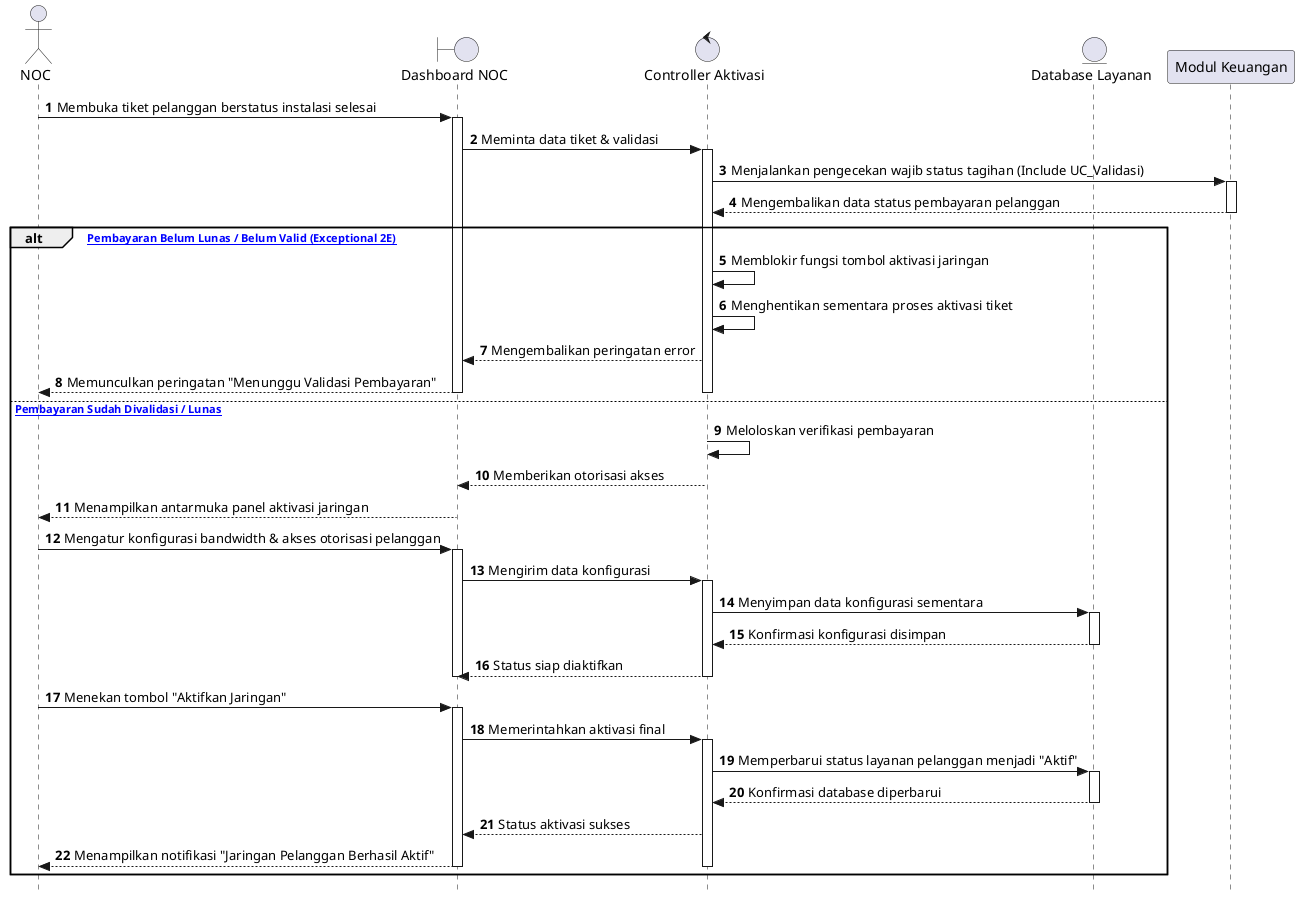
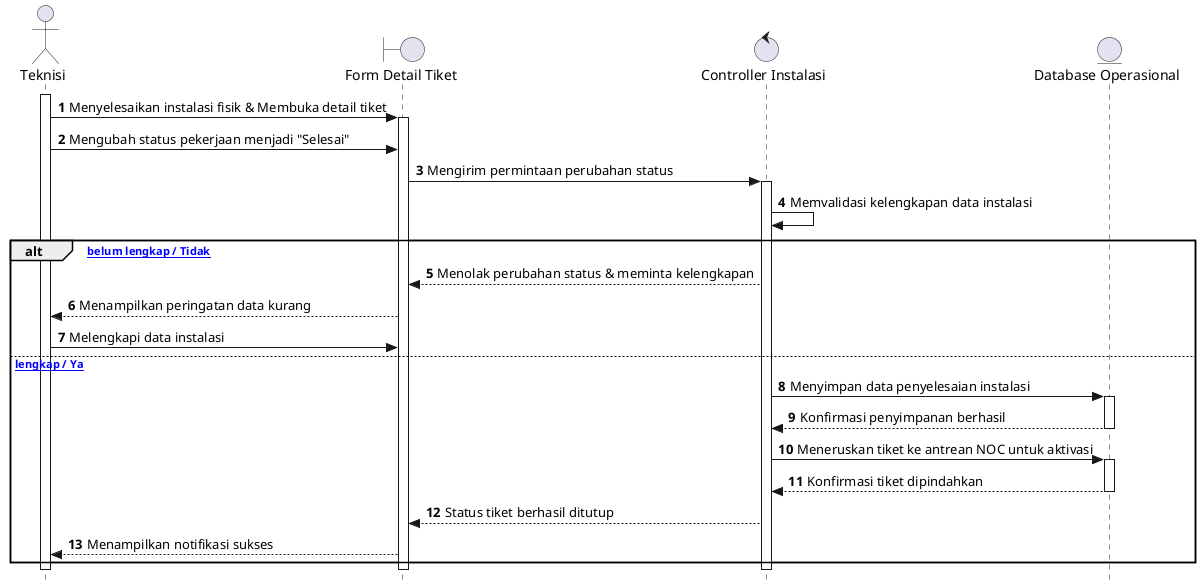
@startuml
autonumber
skinparam style strictuml

- actor NOC
- boundary "Dashboard NOC" as Form
- control "Controller Aktivasi" as Ctrl
- entity "Database Layanan" as DB
- participant "Modul Keuangan" as Keuangan
+ actor Teknisi
+ boundary "Form Detail Tiket" as Form
+ control "Controller Instalasi" as Ctrl
+ entity "Database Operasional" as DB

- ' NOC tidak perlu di-activate secara manual agar garis hidupnya bersih
- NOC -> Form: Membuka tiket pelanggan berstatus instalasi selesai
+ activate Teknisi
+ Teknisi -> Form: Menyelesaikan instalasi fisik & Membuka detail tiket
activate Form
- Form -> Ctrl: Meminta data tiket & validasi
+ Teknisi -> Form: Mengubah status pekerjaan menjadi "Selesai"
+ Form -> Ctrl: Mengirim permintaan perubahan status
activate Ctrl

- Ctrl -> Keuangan: Menjalankan pengecekan wajib status tagihan (Include UC_Validasi)
- activate Keuangan
- Keuangan --> Ctrl: Mengembalikan data status pembayaran pelanggan
- deactivate Keuangan
+ Ctrl -> Ctrl: Memvalidasi kelengkapan data instalasi

- alt [Status Pembayaran Belum Lunas / Belum Valid (Exceptional 2E)]
-     Ctrl -> Ctrl: Memblokir fungsi tombol aktivasi jaringan
-     Ctrl -> Ctrl: Menghentikan sementara proses aktivasi tiket
-     Ctrl --> Form: Mengembalikan peringatan error
-     Form --> NOC: Memunculkan peringatan "Menunggu Validasi Pembayaran"
-     deactivate Ctrl
-     deactivate Form
- else [Status Pembayaran Sudah Divalidasi / Lunas]
-     ' BARIS ACTIVATE DI SINI SUDAH DIHAPUS KARENA STATUSNYA MASIH AKTIF DARI ATAS
-     Ctrl -> Ctrl: Meloloskan verifikasi pembayaran
-     Ctrl --> Form: Memberikan otorisasi akses
-     Form --> NOC: Menampilkan antarmuka panel aktivasi jaringan
-     deactivate Form
-     deactivate Ctrl
+ alt [Data belum lengkap / Tidak]
+     Ctrl --> Form: Menolak perubahan status & meminta kelengkapan
+     Form --> Teknisi: Menampilkan peringatan data kurang
+     Teknisi -> Form: Melengkapi data instalasi
+ else [Data lengkap / Ya]
+     Ctrl -> DB: Menyimpan data penyelesaian instalasi
+     activate DB
+     DB --> Ctrl: Konfirmasi penyimpanan berhasil
+     deactivate DB

-     NOC -> Form: Mengatur konfigurasi bandwidth & akses otorisasi pelanggan
-     activate Form
-     Form -> Ctrl: Mengirim data konfigurasi
-     activate Ctrl
-     Ctrl -> DB: Menyimpan data konfigurasi sementara
+     Ctrl -> DB: Meneruskan tiket ke antrean NOC untuk aktivasi
    activate DB
-     DB --> Ctrl: Konfirmasi konfigurasi disimpan
+     DB --> Ctrl: Konfirmasi tiket dipindahkan
    deactivate DB
-     Ctrl --> Form: Status siap diaktifkan
-     deactivate Ctrl
-     deactivate Form

-     NOC -> Form: Menekan tombol "Aktifkan Jaringan"
-     activate Form
-     Form -> Ctrl: Memerintahkan aktivasi final
-     activate Ctrl
-     Ctrl -> DB: Memperbarui status layanan pelanggan menjadi "Aktif"
-     activate DB
-     DB --> Ctrl: Konfirmasi database diperbarui
-     deactivate DB
-     Ctrl --> Form: Status aktivasi sukses
-     Form --> NOC: Menampilkan notifikasi "Jaringan Pelanggan Berhasil Aktif"
-     deactivate Ctrl
-     deactivate Form
+     Ctrl --> Form: Status tiket berhasil ditutup
+     Form --> Teknisi: Menampilkan notifikasi sukses
end

+ deactivate Ctrl
+ deactivate Form
+ deactivate Teknisi
@enduml